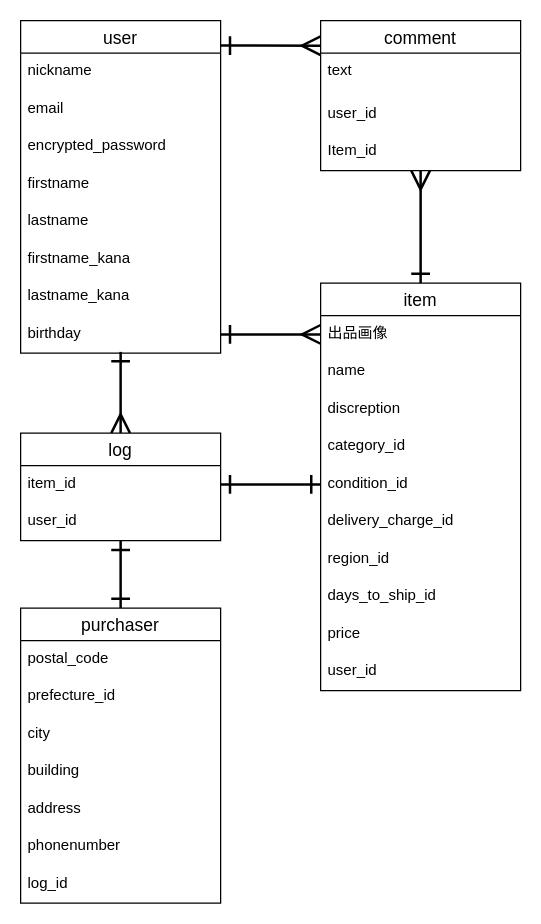
This is test.dio from VengeVias/furima-31122, a draw.io file, before an edit. Source tidied: cells renumbered, new cells numbered last; positions are measured from the earlier drawing's top-left corner, leaving out a move shared by most shapes. Both pictures are drawn from the tidied source at 125%, with x=0, y=0 at pixel (20, 20).
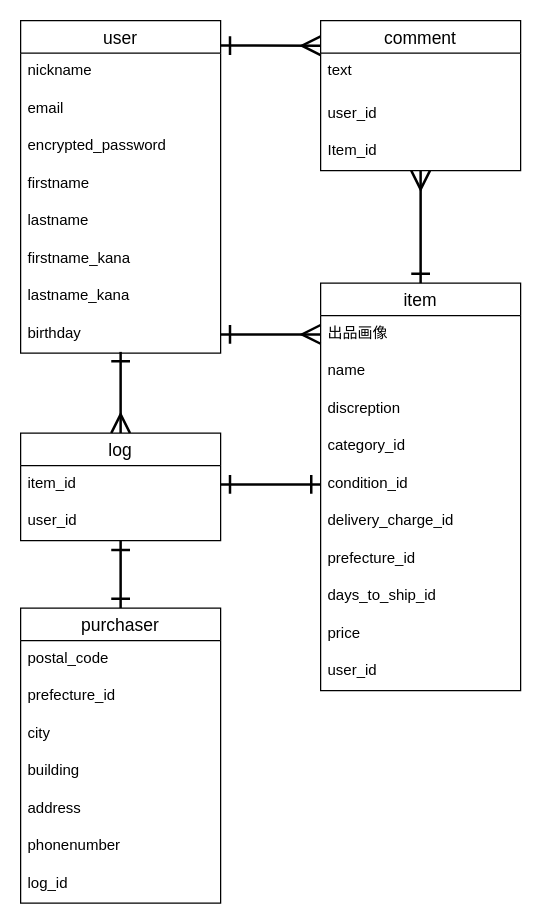
The same diagram, later.

Unchanged cells that the change refers to:
```xml
<mxCell id="27" value="item" style="swimlane;fontStyle=0;horizontal=1;startSize=26;align=center;fontSize=14;" parent="1" vertex="1">
  <mxGeometry x="240" y="210" width="160" height="326" as="geometry" />
</mxCell>
```

Change to the diagram source:
```diff
@@
-    <mxCell id="34" value="region_id" style="text;strokeColor=none;fillColor=none;spacingLeft=4;spacingRight=4;overflow=hidden;fontSize=12;" parent="27" vertex="1">
+    <mxCell id="34" value="prefecture_id" style="text;strokeColor=none;fillColor=none;spacingLeft=4;spacingRight=4;overflow=hidden;fontSize=12;" parent="27" vertex="1">
       <mxGeometry y="206" width="160" height="30" as="geometry" />
     </mxCell>
```
